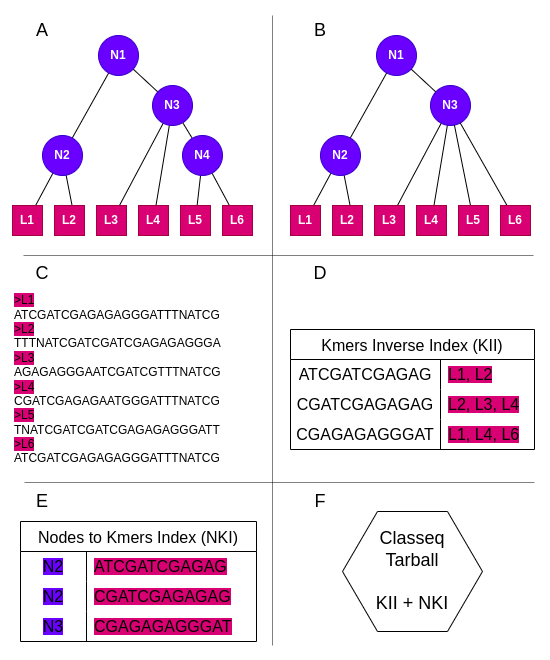
This is docs/drawio/classeq-main-comcepts.png from LepistaBioinformatics/classeq, a draw.io export, as it was before one commit. Source tidied: cells renumbered, new cells last; positions are measured from the earlier drawing's top-left corner, leaving out a move shared by most shapes.
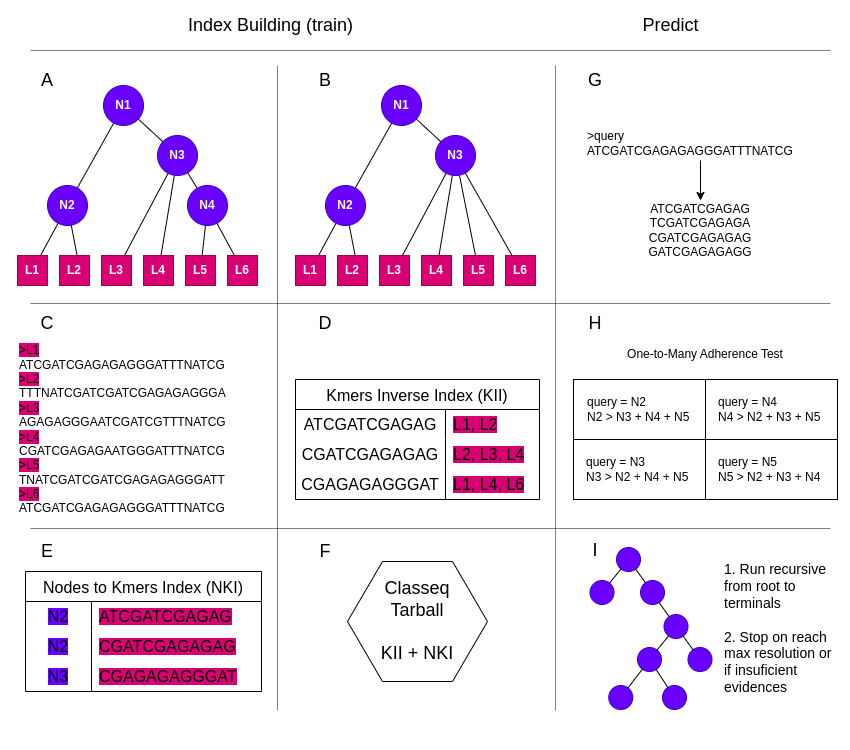
Later version of the same file.

Commit message:
docs: upgrade documentation of the algorithm flow

main

What changed in the source:
```diff
@@ -150,24 +150,12 @@
     <mxCell id="49" value="&lt;font style=&quot;font-size: 18px;&quot;&gt;Classeq&lt;br&gt;Tarball&lt;br&gt;&lt;br&gt;KII + NKI&lt;br&gt;&lt;/font&gt;" style="shape=mxgraph.bpmn.conversation;perimeter=hexagonPerimeter2;whiteSpace=wrap;html=1;bpmnConversationType=conv;" parent="1" vertex="1">
       <mxGeometry x="330" y="496" width="140" height="120" as="geometry" />
     </mxCell>
-    <mxCell id="50" style="endArrow=none;html=1;rounded=0;strokeWidth=0.5;" parent="1" edge="1">
-      <mxGeometry relative="1" as="geometry">
-        <mxPoint x="11" y="240" as="sourcePoint" />
-        <mxPoint x="521" y="240" as="targetPoint" />
-      </mxGeometry>
-    </mxCell>
     <mxCell id="51" style="endArrow=none;html=1;rounded=0;strokeWidth=0.5;" parent="1" edge="1">
       <mxGeometry relative="1" as="geometry">
         <mxPoint x="260" as="sourcePoint" />
-        <mxPoint x="260" y="630" as="targetPoint" />
+        <mxPoint x="260" y="645" as="targetPoint" />
       </mxGeometry>
     </mxCell>
-    <mxCell id="52" style="endArrow=none;html=1;rounded=0;strokeWidth=0.5;" parent="1" edge="1">
-      <mxGeometry relative="1" as="geometry">
-        <mxPoint x="12" y="467" as="sourcePoint" />
-        <mxPoint x="522" y="467" as="targetPoint" />
-      </mxGeometry>
-    </mxCell>
     <mxCell id="53" value="Nodes to Kmers Index (NKI)" style="shape=table;startSize=30;rowLines=0;fontStyle=0;strokeColor=default;fontSize=16;" parent="1" vertex="1">
       <mxGeometry x="8" y="506" width="236" height="120" as="geometry" />
     </mxCell>
@@ -216,5 +204,137 @@
     <mxCell id="68" value="&lt;span style=&quot;font-size: 18px;&quot;&gt;F&lt;/span&gt;" style="text;html=1;strokeColor=none;fillColor=none;align=center;verticalAlign=middle;whiteSpace=wrap;rounded=0;" parent="1" vertex="1">
       <mxGeometry x="278" y="471" width="60" height="30" as="geometry" />
     </mxCell>
+    <mxCell id="69" style="endArrow=none;html=1;rounded=0;strokeWidth=0.5;" parent="1" edge="1">
+      <mxGeometry relative="1" as="geometry">
+        <mxPoint x="13" y="-15" as="sourcePoint" />
+        <mxPoint x="813" y="-15" as="targetPoint" />
+      </mxGeometry>
+    </mxCell>
+    <mxCell id="70" value="&lt;span style=&quot;font-size: 18px;&quot;&gt;Index Building (train)&lt;/span&gt;" style="text;html=1;strokeColor=none;fillColor=none;align=center;verticalAlign=middle;whiteSpace=wrap;rounded=0;" parent="1" vertex="1">
+      <mxGeometry x="156" y="-55" width="195" height="30" as="geometry" />
+    </mxCell>
+    <mxCell id="71" value="&lt;span style=&quot;font-size: 18px;&quot;&gt;Predict&lt;/span&gt;" style="text;html=1;strokeColor=none;fillColor=none;align=center;verticalAlign=middle;whiteSpace=wrap;rounded=0;" parent="1" vertex="1">
+      <mxGeometry x="556" y="-55" width="195" height="30" as="geometry" />
+    </mxCell>
+    <mxCell id="72" style="endArrow=none;html=1;rounded=0;strokeWidth=0.5;" parent="1" edge="1">
+      <mxGeometry relative="1" as="geometry">
+        <mxPoint x="538" as="sourcePoint" />
+        <mxPoint x="538" y="645" as="targetPoint" />
+      </mxGeometry>
+    </mxCell>
+    <mxCell id="73" style="group;" parent="1" vertex="1">
+      <mxGeometry x="568" y="60" width="230" height="135" as="geometry" />
+    </mxCell>
+    <mxCell id="74" value="&amp;gt;query&lt;br&gt;ATCGATCGAGAGAGGGATTTNATCG" style="text;html=1;strokeColor=none;fillColor=none;align=left;verticalAlign=middle;whiteSpace=wrap;rounded=0;" parent="73" vertex="1">
+      <mxGeometry width="230" height="35" as="geometry" />
+    </mxCell>
+    <mxCell id="75" value="ATCGATCGAGAG&lt;br&gt;TCGATCGAGAGA&lt;br&gt;CGATCGAGAGAG&lt;br&gt;GATCGAGAGAGG" style="text;html=1;strokeColor=none;fillColor=none;align=center;verticalAlign=middle;whiteSpace=wrap;rounded=0;" parent="73" vertex="1">
+      <mxGeometry y="75" width="230" height="60" as="geometry" />
+    </mxCell>
+    <mxCell id="76" style="edgeStyle=orthogonalEdgeStyle;rounded=0;jettySize=auto;html=1;" parent="73" edge="1" source="74" target="75">
+      <mxGeometry relative="1" as="geometry" />
+    </mxCell>
+    <mxCell id="77" value="&lt;span style=&quot;font-size: 18px;&quot;&gt;G&lt;/span&gt;" style="text;html=1;strokeColor=none;fillColor=none;align=center;verticalAlign=middle;whiteSpace=wrap;rounded=0;" parent="1" vertex="1">
+      <mxGeometry x="548" width="60" height="30" as="geometry" />
+    </mxCell>
+    <mxCell id="78" value="One-to-Many Adherence Test" style="text;html=1;strokeColor=none;fillColor=none;align=center;verticalAlign=middle;whiteSpace=wrap;rounded=0;" parent="1" vertex="1">
+      <mxGeometry x="598" y="274" width="180" height="30" as="geometry" />
+    </mxCell>
+    <mxCell id="79" value="&lt;span style=&quot;font-size: 18px;&quot;&gt;H&lt;/span&gt;" style="text;html=1;strokeColor=none;fillColor=none;align=center;verticalAlign=middle;whiteSpace=wrap;rounded=0;" parent="1" vertex="1">
+      <mxGeometry x="548" y="243" width="60" height="30" as="geometry" />
+    </mxCell>
+    <mxCell id="80" style="group;" parent="1" vertex="1">
+      <mxGeometry x="556" y="314" width="264" height="120" as="geometry" />
+    </mxCell>
+    <mxCell id="81" style="rounded=0;whiteSpace=wrap;html=1;" parent="80" vertex="1">
+      <mxGeometry width="132" height="60" as="geometry" />
+    </mxCell>
+    <mxCell id="82" style="rounded=0;whiteSpace=wrap;html=1;" parent="80" vertex="1">
+      <mxGeometry y="60" width="132" height="60" as="geometry" />
+    </mxCell>
+    <mxCell id="83" style="rounded=0;whiteSpace=wrap;html=1;" parent="80" vertex="1">
+      <mxGeometry x="132" width="132" height="60" as="geometry" />
+    </mxCell>
+    <mxCell id="84" style="rounded=0;whiteSpace=wrap;html=1;" parent="80" vertex="1">
+      <mxGeometry x="132" y="60" width="132" height="60" as="geometry" />
+    </mxCell>
+    <mxCell id="85" value="query = N2&lt;br&gt;N2 &amp;gt; N3 + N4 + N5" style="text;html=1;strokeColor=none;fillColor=none;align=left;verticalAlign=middle;whiteSpace=wrap;rounded=0;" parent="80" vertex="1">
+      <mxGeometry x="12" y="10" width="110" height="40" as="geometry" />
+    </mxCell>
+    <mxCell id="86" value="query = N4&lt;br&gt;N4 &amp;gt; N2 + N3 + N5" style="text;html=1;strokeColor=none;fillColor=none;align=left;verticalAlign=middle;whiteSpace=wrap;rounded=0;" parent="80" vertex="1">
+      <mxGeometry x="143" y="10" width="110" height="40" as="geometry" />
+    </mxCell>
+    <mxCell id="87" value="query = N3&lt;br&gt;N3 &amp;gt; N2 + N4 + N5" style="text;html=1;strokeColor=none;fillColor=none;align=left;verticalAlign=middle;whiteSpace=wrap;rounded=0;" parent="80" vertex="1">
+      <mxGeometry x="11" y="69.5" width="110" height="41" as="geometry" />
+    </mxCell>
+    <mxCell id="88" value="query = N5&lt;br&gt;N5 &amp;gt; N2 + N3 + N4" style="text;html=1;strokeColor=none;fillColor=none;align=left;verticalAlign=middle;whiteSpace=wrap;rounded=0;" parent="80" vertex="1">
+      <mxGeometry x="143" y="69.5" width="110" height="41" as="geometry" />
+    </mxCell>
+    <mxCell id="89" value="&lt;span style=&quot;font-size: 18px;&quot;&gt;I&lt;/span&gt;" style="text;html=1;strokeColor=none;fillColor=none;align=center;verticalAlign=middle;whiteSpace=wrap;rounded=0;" parent="1" vertex="1">
+      <mxGeometry x="548" y="470" width="60" height="30" as="geometry" />
+    </mxCell>
+    <mxCell id="90" value="&lt;font style=&quot;font-size: 14px;&quot;&gt;1. Run recursive from root to terminals&lt;br&gt;&lt;br&gt;2. Stop on reach max resolution or if insuficient evidences&lt;/font&gt;" style="text;html=1;strokeColor=none;fillColor=none;align=left;verticalAlign=middle;whiteSpace=wrap;rounded=0;" parent="1" vertex="1">
+      <mxGeometry x="705" y="471" width="118" height="184" as="geometry" />
+    </mxCell>
+    <mxCell id="91" style="group;" parent="1" vertex="1">
+      <mxGeometry x="572.5" y="482" width="122" height="162" as="geometry" />
+    </mxCell>
+    <mxCell id="92" style="ellipse;whiteSpace=wrap;html=1;fillColor=#6a00ff;strokeColor=#3700CC;fontColor=#ffffff;fontStyle=1;" parent="91" vertex="1">
+      <mxGeometry x="26.5" width="24" height="24" as="geometry" />
+    </mxCell>
+    <mxCell id="93" style="ellipse;whiteSpace=wrap;html=1;fillColor=#6a00ff;strokeColor=#3700CC;fontColor=#ffffff;fontStyle=1;" parent="91" vertex="1">
+      <mxGeometry x="50.5" y="33" width="24" height="24" as="geometry" />
+    </mxCell>
+    <mxCell id="94" style="edgeStyle=none;rounded=0;jettySize=auto;html=1;endArrow=none;endFill=0;" parent="91" edge="1" source="92" target="93">
+      <mxGeometry relative="1" as="geometry" />
+    </mxCell>
+    <mxCell id="95" style="ellipse;whiteSpace=wrap;html=1;fillColor=#6a00ff;strokeColor=#3700CC;fontColor=#ffffff;fontStyle=1;" parent="91" vertex="1">
+      <mxGeometry y="33" width="24" height="24" as="geometry" />
+    </mxCell>
+    <mxCell id="96" style="edgeStyle=none;rounded=0;jettySize=auto;html=1;endArrow=none;endFill=0;" parent="91" edge="1" source="92" target="95">
+      <mxGeometry relative="1" as="geometry" />
+    </mxCell>
+    <mxCell id="97" style="ellipse;whiteSpace=wrap;html=1;fillColor=#6a00ff;strokeColor=#3700CC;fontColor=#ffffff;fontStyle=1;" parent="91" vertex="1">
+      <mxGeometry x="74" y="67" width="24" height="24" as="geometry" />
+    </mxCell>
+    <mxCell id="98" style="edgeStyle=none;rounded=0;jettySize=auto;html=1;endArrow=none;endFill=0;" parent="91" edge="1" source="93" target="97">
+      <mxGeometry relative="1" as="geometry" />
+    </mxCell>
+    <mxCell id="99" style="ellipse;whiteSpace=wrap;html=1;fillColor=#6a00ff;strokeColor=#3700CC;fontColor=#ffffff;fontStyle=1;" parent="91" vertex="1">
+      <mxGeometry x="98" y="100" width="24" height="24" as="geometry" />
+    </mxCell>
+    <mxCell id="100" style="edgeStyle=none;rounded=0;jettySize=auto;html=1;endArrow=none;endFill=0;" parent="91" edge="1" source="97" target="99">
+      <mxGeometry relative="1" as="geometry" />
+    </mxCell>
+    <mxCell id="101" style="ellipse;whiteSpace=wrap;html=1;fillColor=#6a00ff;strokeColor=#3700CC;fontColor=#ffffff;fontStyle=1;" parent="91" vertex="1">
+      <mxGeometry x="47.5" y="100" width="24" height="24" as="geometry" />
+    </mxCell>
+    <mxCell id="102" style="edgeStyle=none;rounded=0;jettySize=auto;html=1;endArrow=none;endFill=0;" parent="91" edge="1" source="97" target="101">
+      <mxGeometry relative="1" as="geometry" />
+    </mxCell>
+    <mxCell id="103" style="ellipse;whiteSpace=wrap;html=1;fillColor=#6a00ff;strokeColor=#3700CC;fontColor=#ffffff;fontStyle=1;" parent="91" vertex="1">
+      <mxGeometry x="18.8" y="138" width="24" height="24" as="geometry" />
+    </mxCell>
+    <mxCell id="104" style="edgeStyle=none;rounded=0;jettySize=auto;html=1;endArrow=none;endFill=0;" parent="91" edge="1" source="101" target="103">
+      <mxGeometry relative="1" as="geometry" />
+    </mxCell>
+    <mxCell id="105" style="ellipse;whiteSpace=wrap;html=1;fillColor=#6a00ff;strokeColor=#3700CC;fontColor=#ffffff;fontStyle=1;" parent="91" vertex="1">
+      <mxGeometry x="72.5" y="138" width="24" height="24" as="geometry" />
+    </mxCell>
+    <mxCell id="106" style="edgeStyle=none;rounded=0;jettySize=auto;html=1;endArrow=none;endFill=0;" parent="91" edge="1" source="101" target="105">
+      <mxGeometry relative="1" as="geometry" />
+    </mxCell>
+    <mxCell id="107" style="endArrow=none;html=1;rounded=0;strokeWidth=0.5;" parent="1" edge="1">
+      <mxGeometry relative="1" as="geometry">
+        <mxPoint x="13" y="238" as="sourcePoint" />
+        <mxPoint x="813" y="238" as="targetPoint" />
+      </mxGeometry>
+    </mxCell>
+    <mxCell id="108" style="endArrow=none;html=1;rounded=0;strokeWidth=0.5;" parent="1" edge="1">
+      <mxGeometry relative="1" as="geometry">
+        <mxPoint x="13" y="463" as="sourcePoint" />
+        <mxPoint x="813" y="463" as="targetPoint" />
+      </mxGeometry>
+    </mxCell>
   </root>
 </mxGraphModel>
```
